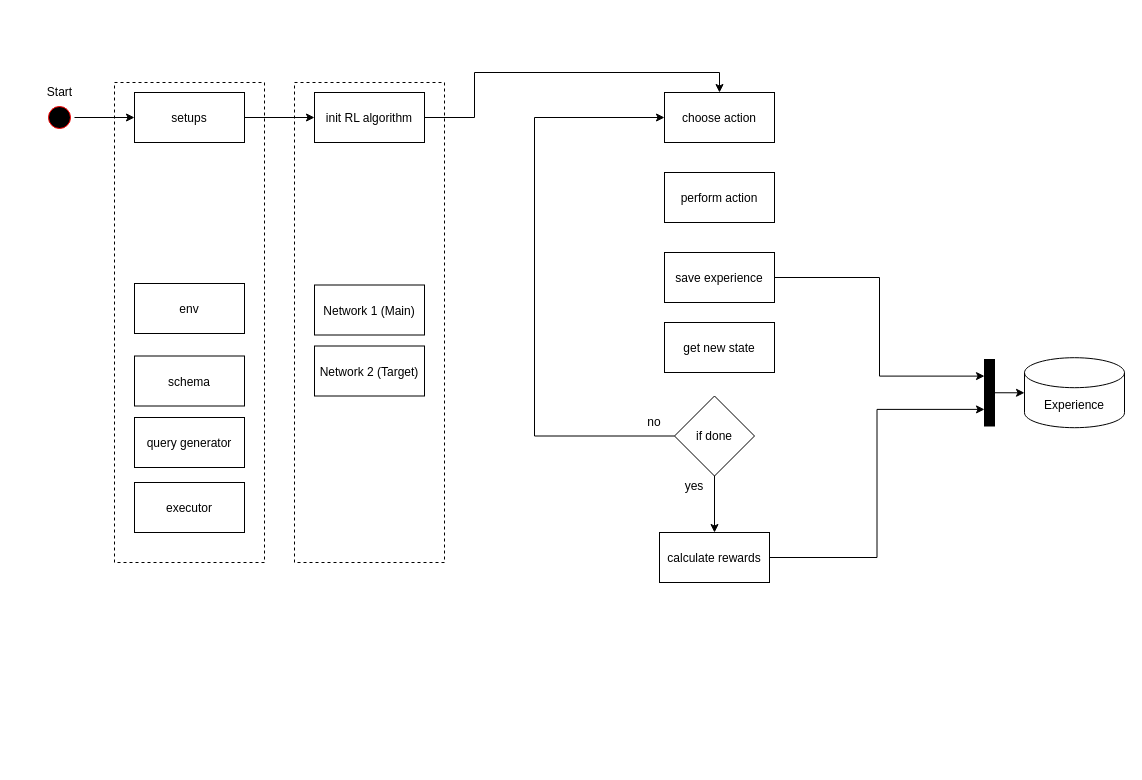
Above: RL_Flow.drawio in dsghrg/releo (draw.io), before the change. Source tidied: cells renumbered, new cells numbered last; positions are measured from the earlier drawing's top-left corner, leaving out a move shared by most shapes. Both pictures are drawn from the tidied source at 100%, with x=0, y=0 at pixel (16, 72).
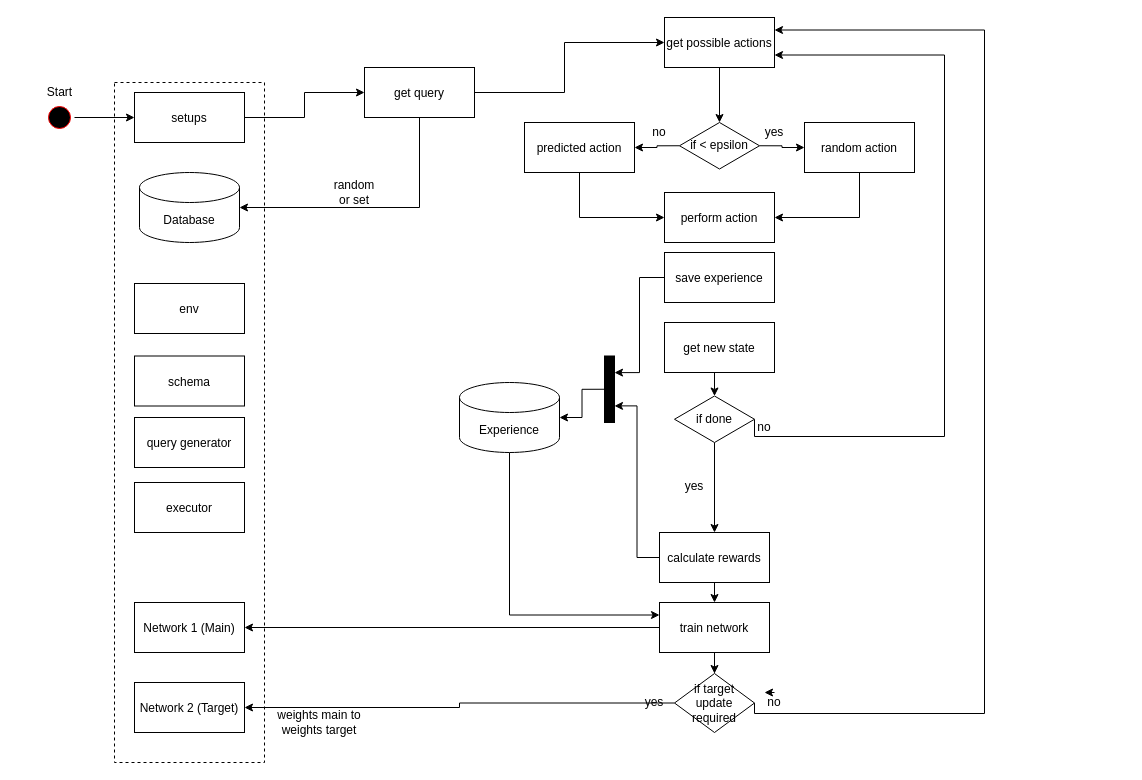
Above is the later version.

Unchanged cells that the change refers to:
```xml
<mxCell id="5" value="setups" parent="1" vertex="1">
  <mxGeometry x="118" y="20" width="110" height="50" as="geometry" />
</mxCell>
<mxCell id="19" value="save experience" parent="1" vertex="1">
  <mxGeometry x="648" y="180" width="110" height="50" as="geometry" />
</mxCell>
<mxCell id="20" value="get new state" parent="1" vertex="1">
  <mxGeometry x="648" y="250" width="110" height="50" as="geometry" />
</mxCell>
<mxCell id="27" value="calculate rewards" parent="1" vertex="1">
  <mxGeometry x="643" y="460" width="110" height="50" as="geometry" />
</mxCell>
```

What changed in the source:
```diff
@@
+    <mxCell id="30" style="rounded=0;whiteSpace=wrap;html=1;dashed=1;fillColor=none;" parent="1" vertex="1">
+      <mxGeometry x="98" y="10" width="150" height="680" as="geometry" />
+    </mxCell>
@@
-    <mxCell id="4" style="edgeStyle=orthogonalEdgeStyle;rounded=0;jettySize=auto;html=1;exitX=1;exitY=0.5;exitDx=0;exitDy=0;entryX=0;entryY=0.5;entryDx=0;entryDy=0;" parent="1" edge="1" source="5" target="10">
-      <mxGeometry relative="1" as="geometry" />
-    </mxCell>
+    <mxCell id="32" style="edgeStyle=orthogonalEdgeStyle;rounded=0;jettySize=auto;html=1;exitX=1;exitY=0.5;exitDx=0;exitDy=0;entryX=0;entryY=0.5;entryDx=0;entryDy=0;" parent="1" edge="1" source="5" target="49">
+      <mxGeometry relative="1" as="geometry" />
+    </mxCell>
@@
-    <mxCell id="9" style="edgeStyle=orthogonalEdgeStyle;rounded=0;jettySize=auto;html=1;exitX=1;exitY=0.5;exitDx=0;exitDy=0;entryX=0.5;entryY=0;entryDx=0;entryDy=0;" parent="1" edge="1" source="10" target="15">
-      <mxGeometry relative="1" as="geometry">
-        <Array as="points">
-          <mxPoint x="458" y="45" />
-          <mxPoint x="458" />
-          <mxPoint x="703" />
-        </Array>
-      </mxGeometry>
-    </mxCell>
-    <mxCell id="10" value="init RL algorithm" parent="1" vertex="1">
-      <mxGeometry x="298" y="20" width="110" height="50" as="geometry" />
-    </mxCell>
@@
     <mxCell id="13" value="Network 1 (Main)" parent="1" vertex="1">
-      <mxGeometry x="298" y="212.5" width="110" height="50" as="geometry" />
+      <mxGeometry x="118" y="530" width="110" height="50" as="geometry" />
     </mxCell>
     <mxCell id="14" value="Network 2 (Target)" parent="1" vertex="1">
-      <mxGeometry x="298" y="273.5" width="110" height="50" as="geometry" />
+      <mxGeometry x="118" y="610" width="110" height="50" as="geometry" />
     </mxCell>
+    <mxCell id="33" style="edgeStyle=orthogonalEdgeStyle;rounded=0;jettySize=auto;html=1;exitX=0.5;exitY=1;exitDx=0;exitDy=0;entryX=0;entryY=0.5;entryDx=0;entryDy=0;" parent="1" edge="1" source="15" target="16">
+      <mxGeometry relative="1" as="geometry" />
+    </mxCell>
-    <mxCell id="15" value="choose action" parent="1" vertex="1">
-      <mxGeometry x="648" y="20" width="110" height="50" as="geometry" />
+    <mxCell id="15" value="predicted action" parent="1" vertex="1">
+      <mxGeometry x="508" y="50" width="110" height="50" as="geometry" />
     </mxCell>
     <mxCell id="16" value="perform action" parent="1" vertex="1">
-      <mxGeometry x="648" y="100" width="110" height="50" as="geometry" />
+      <mxGeometry x="648" y="120" width="110" height="50" as="geometry" />
     </mxCell>
+    <mxCell id="34" style="edgeStyle=orthogonalEdgeStyle;rounded=0;jettySize=auto;html=1;exitX=0.5;exitY=1;exitDx=0;exitDy=0;exitPerimeter=0;entryX=0;entryY=0.25;entryDx=0;entryDy=0;" parent="1" edge="1" source="17" target="39">
+      <mxGeometry relative="1" as="geometry" />
+    </mxCell>
     <mxCell id="17" value="Experience" style="shape=cylinder3;whiteSpace=wrap;html=1;boundedLbl=1;backgroundOutline=1;size=15;" parent="1" vertex="1">
-      <mxGeometry x="1008" y="285.2" width="100" height="70" as="geometry" />
+      <mxGeometry x="443" y="310" width="100" height="70" as="geometry" />
     </mxCell>
-    <mxCell id="18" style="edgeStyle=orthogonalEdgeStyle;rounded=0;jettySize=auto;html=1;exitX=1;exitY=0.5;exitDx=0;exitDy=0;entryX=0;entryY=0.25;entryDx=0;entryDy=0;" parent="1" edge="1" source="19" target="29">
+    <mxCell id="18" style="edgeStyle=orthogonalEdgeStyle;rounded=0;jettySize=auto;html=1;exitX=0;exitY=0.5;exitDx=0;exitDy=0;entryX=1;entryY=0.25;entryDx=0;entryDy=0;" parent="1" edge="1" source="19" target="29">
       <mxGeometry relative="1" as="geometry" />
     </mxCell>
@@
+    <mxCell id="35" style="edgeStyle=orthogonalEdgeStyle;rounded=0;jettySize=auto;html=1;exitX=0.5;exitY=1;exitDx=0;exitDy=0;entryX=0.5;entryY=0;entryDx=0;entryDy=0;" parent="1" edge="1" source="20" target="23">
+      <mxGeometry relative="1" as="geometry" />
+    </mxCell>
@@
-    <mxCell id="21" style="edgeStyle=orthogonalEdgeStyle;rounded=0;jettySize=auto;html=1;exitX=0;exitY=0.5;exitDx=0;exitDy=0;entryX=0;entryY=0.5;entryDx=0;entryDy=0;" parent="1" edge="1" source="23" target="15">
+    <mxCell id="21" style="edgeStyle=orthogonalEdgeStyle;rounded=0;jettySize=auto;html=1;exitX=1;exitY=0.5;exitDx=0;exitDy=0;entryX=1;entryY=0.75;entryDx=0;entryDy=0;" parent="1" edge="1" source="23" target="51">
       <mxGeometry relative="1" as="geometry">
         <Array as="points">
-          <mxPoint x="518" y="364" />
-          <mxPoint x="518" y="45" />
+          <mxPoint x="738" y="364" />
+          <mxPoint x="928" y="364" />
+          <mxPoint x="928" y="-17" />
         </Array>
       </mxGeometry>
     </mxCell>
@@
     <mxCell id="23" value="if done" style="rhombus;whiteSpace=wrap;html=1;" parent="1" vertex="1">
-      <mxGeometry x="658" y="323.5" width="80" height="80" as="geometry" />
+      <mxGeometry x="658" y="323.5" width="80" height="46.5" as="geometry" />
     </mxCell>
     <mxCell id="24" value="no" style="text;html=1;strokeColor=none;fillColor=none;align=center;verticalAlign=middle;whiteSpace=wrap;rounded=0;" parent="1" vertex="1">
-      <mxGeometry x="618" y="340" width="40" height="20" as="geometry" />
+      <mxGeometry x="728" y="345" width="40" height="20" as="geometry" />
     </mxCell>
@@
-    <mxCell id="26" style="edgeStyle=orthogonalEdgeStyle;rounded=0;jettySize=auto;html=1;exitX=1;exitY=0.5;exitDx=0;exitDy=0;entryX=0;entryY=0.75;entryDx=0;entryDy=0;" parent="1" edge="1" source="27" target="29">
+    <mxCell id="26" style="edgeStyle=orthogonalEdgeStyle;rounded=0;jettySize=auto;html=1;exitX=0;exitY=0.5;exitDx=0;exitDy=0;entryX=1;entryY=0.75;entryDx=0;entryDy=0;" parent="1" edge="1" source="27" target="29">
       <mxGeometry relative="1" as="geometry" />
     </mxCell>
+    <mxCell id="36" style="edgeStyle=orthogonalEdgeStyle;rounded=0;jettySize=auto;html=1;exitX=0.5;exitY=1;exitDx=0;exitDy=0;entryX=0.5;entryY=0;entryDx=0;entryDy=0;" parent="1" edge="1" source="27" target="39">
+      <mxGeometry relative="1" as="geometry" />
+    </mxCell>
@@
-    <mxCell id="28" style="edgeStyle=orthogonalEdgeStyle;rounded=0;jettySize=auto;html=1;exitX=1;exitY=0.5;exitDx=0;exitDy=0;entryX=0;entryY=0.5;entryDx=0;entryDy=0;entryPerimeter=0;" parent="1" edge="1" source="29" target="17">
+    <mxCell id="28" style="edgeStyle=orthogonalEdgeStyle;rounded=0;jettySize=auto;html=1;exitX=0;exitY=0.5;exitDx=0;exitDy=0;entryX=1;entryY=0.5;entryDx=0;entryDy=0;entryPerimeter=0;" parent="1" edge="1" source="29" target="17">
       <mxGeometry relative="1" as="geometry" />
     </mxCell>
     <mxCell id="29" style="rounded=0;whiteSpace=wrap;html=1;fillColor=#000000;" parent="1" vertex="1">
-      <mxGeometry x="968" y="287" width="10" height="66.5" as="geometry" />
+      <mxGeometry x="588" y="283.5" width="10" height="66.5" as="geometry" />
     </mxCell>
-    <mxCell id="30" style="rounded=0;whiteSpace=wrap;html=1;dashed=1;fillColor=none;" parent="1" vertex="1">
-      <mxGeometry x="98" y="10" width="150" height="480" as="geometry" />
-    </mxCell>
-    <mxCell id="31" style="rounded=0;whiteSpace=wrap;html=1;dashed=1;fillColor=none;" parent="1" vertex="1">
-      <mxGeometry x="278" y="10" width="150" height="480" as="geometry" />
-    </mxCell>
+    <mxCell id="37" style="edgeStyle=orthogonalEdgeStyle;rounded=0;jettySize=auto;html=1;exitX=0;exitY=0.5;exitDx=0;exitDy=0;" parent="1" edge="1" source="39" target="13">
+      <mxGeometry relative="1" as="geometry" />
+    </mxCell>
+    <mxCell id="38" style="edgeStyle=orthogonalEdgeStyle;rounded=0;jettySize=auto;html=1;exitX=0.5;exitY=1;exitDx=0;exitDy=0;" parent="1" edge="1" source="39" target="42">
+      <mxGeometry relative="1" as="geometry" />
+    </mxCell>
+    <mxCell id="39" value="train network" parent="1" vertex="1">
+      <mxGeometry x="643" y="530" width="110" height="50" as="geometry" />
+    </mxCell>
+    <mxCell id="40" style="edgeStyle=orthogonalEdgeStyle;rounded=0;jettySize=auto;html=1;entryX=1;entryY=0.5;entryDx=0;entryDy=0;exitX=0;exitY=0.5;exitDx=0;exitDy=0;" parent="1" edge="1" source="42" target="14">
+      <mxGeometry relative="1" as="geometry" />
+    </mxCell>
+    <mxCell id="41" style="edgeStyle=orthogonalEdgeStyle;rounded=0;jettySize=auto;html=1;exitX=1;exitY=0.5;exitDx=0;exitDy=0;entryX=1;entryY=0.25;entryDx=0;entryDy=0;" parent="1" edge="1" source="42" target="51">
+      <mxGeometry relative="1" as="geometry">
+        <Array as="points">
+          <mxPoint x="738" y="641" />
+          <mxPoint x="968" y="641" />
+          <mxPoint x="968" y="-42" />
+        </Array>
+      </mxGeometry>
+    </mxCell>
+    <mxCell id="42" value="if target update required" style="rhombus;whiteSpace=wrap;html=1;" parent="1" vertex="1">
+      <mxGeometry x="658" y="601" width="80" height="59" as="geometry" />
+    </mxCell>
+    <mxCell id="43" value="yes" style="text;html=1;strokeColor=none;fillColor=none;align=center;verticalAlign=middle;whiteSpace=wrap;rounded=0;dashed=1;" parent="1" vertex="1">
+      <mxGeometry x="618" y="620" width="40" height="20" as="geometry" />
+    </mxCell>
+    <mxCell id="44" value="weights main to weights target" style="text;html=1;strokeColor=none;fillColor=none;align=center;verticalAlign=middle;whiteSpace=wrap;rounded=0;dashed=1;" parent="1" vertex="1">
+      <mxGeometry x="248" y="640" width="110" height="20" as="geometry" />
+    </mxCell>
+    <mxCell id="45" value="no" style="text;html=1;strokeColor=none;fillColor=none;align=center;verticalAlign=middle;whiteSpace=wrap;rounded=0;dashed=1;" parent="1" vertex="1">
+      <mxGeometry x="738" y="620" width="40" height="20" as="geometry" />
+    </mxCell>
+    <mxCell id="46" style="edgeStyle=orthogonalEdgeStyle;rounded=0;orthogonalLoop=1;jettySize=auto;html=1;exitX=0.5;exitY=0;exitDx=0;exitDy=0;entryX=0.25;entryY=0;entryDx=0;entryDy=0;" parent="1" edge="1" source="45" target="45">
+      <mxGeometry relative="1" as="geometry" />
+    </mxCell>
+    <mxCell id="47" style="edgeStyle=orthogonalEdgeStyle;rounded=0;jettySize=auto;html=1;exitX=1;exitY=0.5;exitDx=0;exitDy=0;entryX=0;entryY=0.5;entryDx=0;entryDy=0;" parent="1" edge="1" source="49" target="51">
+      <mxGeometry relative="1" as="geometry">
+        <Array as="points">
+          <mxPoint x="548" y="20" />
+          <mxPoint x="548" y="-30" />
+        </Array>
+      </mxGeometry>
+    </mxCell>
+    <mxCell id="48" style="edgeStyle=orthogonalEdgeStyle;rounded=0;jettySize=auto;html=1;exitX=0.5;exitY=1;exitDx=0;exitDy=0;entryX=1;entryY=0.5;entryDx=0;entryDy=0;entryPerimeter=0;" parent="1" edge="1" source="49" target="59">
+      <mxGeometry relative="1" as="geometry" />
+    </mxCell>
+    <mxCell id="49" value="get query" parent="1" vertex="1">
+      <mxGeometry x="348" y="-5" width="110" height="50" as="geometry" />
+    </mxCell>
+    <mxCell id="50" style="edgeStyle=orthogonalEdgeStyle;rounded=0;jettySize=auto;html=1;exitX=0.5;exitY=1;exitDx=0;exitDy=0;entryX=0.5;entryY=0;entryDx=0;entryDy=0;" parent="1" edge="1" source="51" target="54">
+      <mxGeometry relative="1" as="geometry" />
+    </mxCell>
+    <mxCell id="51" value="get possible actions" parent="1" vertex="1">
+      <mxGeometry x="648" y="-55" width="110" height="50" as="geometry" />
+    </mxCell>
+    <mxCell id="52" style="edgeStyle=orthogonalEdgeStyle;rounded=0;jettySize=auto;html=1;exitX=1;exitY=0.5;exitDx=0;exitDy=0;entryX=0;entryY=0.5;entryDx=0;entryDy=0;" parent="1" edge="1" source="54" target="56">
+      <mxGeometry relative="1" as="geometry" />
+    </mxCell>
+    <mxCell id="53" style="edgeStyle=orthogonalEdgeStyle;rounded=0;jettySize=auto;html=1;exitX=0;exitY=0.5;exitDx=0;exitDy=0;entryX=1;entryY=0.5;entryDx=0;entryDy=0;" parent="1" edge="1" source="54" target="15">
+      <mxGeometry relative="1" as="geometry" />
+    </mxCell>
+    <mxCell id="54" value="if &amp;lt; epsilon" style="rhombus;whiteSpace=wrap;html=1;" parent="1" vertex="1">
+      <mxGeometry x="663" y="50" width="80" height="46.5" as="geometry" />
+    </mxCell>
+    <mxCell id="55" style="edgeStyle=orthogonalEdgeStyle;rounded=0;jettySize=auto;html=1;exitX=0.5;exitY=1;exitDx=0;exitDy=0;entryX=1;entryY=0.5;entryDx=0;entryDy=0;" parent="1" edge="1" source="56" target="16">
+      <mxGeometry relative="1" as="geometry" />
+    </mxCell>
+    <mxCell id="56" value="random action" parent="1" vertex="1">
+      <mxGeometry x="788" y="50" width="110" height="50" as="geometry" />
+    </mxCell>
+    <mxCell id="57" value="yes" style="text;html=1;strokeColor=none;fillColor=none;align=center;verticalAlign=middle;whiteSpace=wrap;rounded=0;" parent="1" vertex="1">
+      <mxGeometry x="738" y="50" width="40" height="20" as="geometry" />
+    </mxCell>
+    <mxCell id="58" value="no" style="text;html=1;strokeColor=none;fillColor=none;align=center;verticalAlign=middle;whiteSpace=wrap;rounded=0;" parent="1" vertex="1">
+      <mxGeometry x="623" y="50" width="40" height="20" as="geometry" />
+    </mxCell>
+    <mxCell id="59" value="Database" style="shape=cylinder3;whiteSpace=wrap;html=1;boundedLbl=1;backgroundOutline=1;size=15;" parent="1" vertex="1">
+      <mxGeometry x="123" y="100" width="100" height="70" as="geometry" />
+    </mxCell>
+    <mxCell id="60" value="random or set" style="text;html=1;strokeColor=none;fillColor=none;align=center;verticalAlign=middle;whiteSpace=wrap;rounded=0;dashed=1;" parent="1" vertex="1">
+      <mxGeometry x="318" y="110" width="40" height="20" as="geometry" />
+    </mxCell>
```
